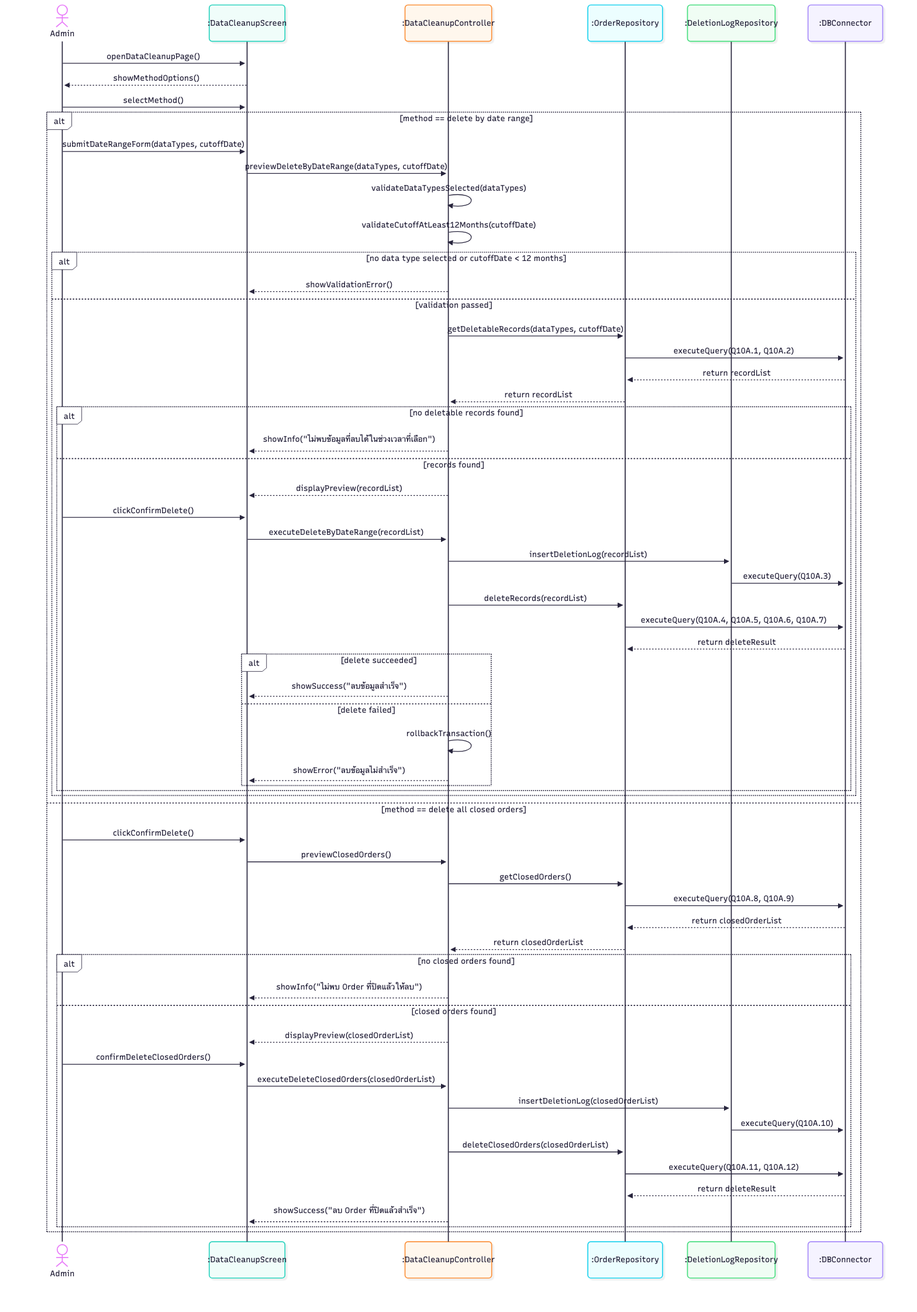
Before: 03-chapter2-use-case-descriptions/diagrams/png/10A-sequence.png, a diagram exported from Mermaid (xbpkdi/321-sa-proj). Its source is kept beside it as 03-chapter2-use-case-descriptions/diagrams/mmd/10A-sequence.mmd. Source of this version:
```mermaid
sequenceDiagram
    actor Admin
    participant Screen as :DataCleanupScreen
    participant DCC as :DataCleanupController
    participant OrderRepo as :OrderRepository
    participant LogRepo as :DeletionLogRepository
    participant DB as :DBConnector

    Admin->>Screen: openDataCleanupPage()
    Screen-->>Admin: showMethodOptions()
    Admin->>Screen: selectMethod()

    alt method == delete by date range
        Admin->>Screen: submitDateRangeForm(dataTypes, cutoffDate)
        Screen->>DCC: previewDeleteByDateRange(dataTypes, cutoffDate)
        DCC->>DCC: validateDataTypesSelected(dataTypes)
        DCC->>DCC: validateCutoffAtLeast12Months(cutoffDate)
        alt no data type selected or cutoffDate < 12 months
            DCC-->>Screen: showValidationError()
        else validation passed
            DCC->>OrderRepo: getDeletableRecords(dataTypes, cutoffDate)
            OrderRepo->>DB: executeQuery(Q10A.1, Q10A.2)
            DB-->>OrderRepo: return recordList
            OrderRepo-->>DCC: return recordList
            alt no deletable records found
                DCC-->>Screen: showInfo("ไม่พบข้อมูลที่ลบได้ในช่วงเวลาที่เลือก")
            else records found
                DCC-->>Screen: displayPreview(recordList)
                Admin->>Screen: clickConfirmDelete()
                Screen->>DCC: executeDeleteByDateRange(recordList)
                DCC->>LogRepo: insertDeletionLog(recordList)
                LogRepo->>DB: executeQuery(Q10A.3)
                DCC->>OrderRepo: deleteRecords(recordList)
                OrderRepo->>DB: executeQuery(Q10A.4, Q10A.5, Q10A.6, Q10A.7)
                DB-->>OrderRepo: return deleteResult
                alt delete succeeded
                    DCC-->>Screen: showSuccess("ลบข้อมูลสำเร็จ")
                else delete failed
                    DCC->>DCC: rollbackTransaction()
                    DCC-->>Screen: showError("ลบข้อมูลไม่สำเร็จ")
                end
            end
        end
    else method == delete all closed orders
        Admin->>Screen: clickConfirmDelete()
        Screen->>DCC: previewClosedOrders()
        DCC->>OrderRepo: getClosedOrders()
        OrderRepo->>DB: executeQuery(Q10A.8, Q10A.9)
        DB-->>OrderRepo: return closedOrderList
        OrderRepo-->>DCC: return closedOrderList
        alt no closed orders found
            DCC-->>Screen: showInfo("ไม่พบ Order ที่ปิดแล้วให้ลบ")
        else closed orders found
            DCC-->>Screen: displayPreview(closedOrderList)
            Admin->>Screen: confirmDeleteClosedOrders()
            Screen->>DCC: executeDeleteClosedOrders(closedOrderList)
            DCC->>LogRepo: insertDeletionLog(closedOrderList)
            LogRepo->>DB: executeQuery(Q10A.10)
            DCC->>OrderRepo: deleteClosedOrders(closedOrderList)
            OrderRepo->>DB: executeQuery(Q10A.11, Q10A.12)
            DB-->>OrderRepo: return deleteResult
            DCC-->>Screen: showSuccess("ลบ Order ที่ปิดแล้วสำเร็จ")
        end
    end
```
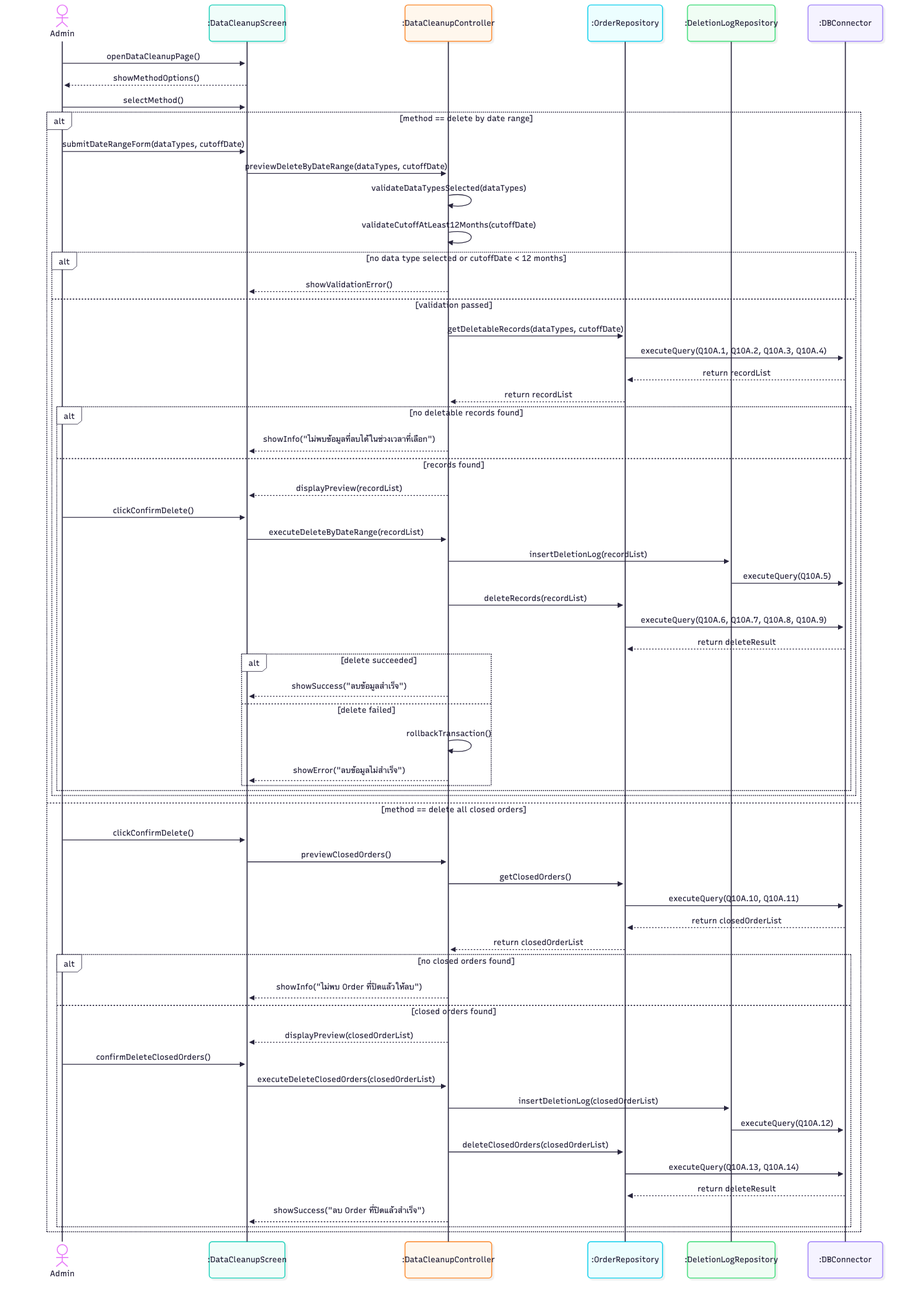
Later version of the same file.

Diff of the diagram source:
```diff
@@ -19,7 +19,7 @@
             DCC-->>Screen: showValidationError()
         else validation passed
             DCC->>OrderRepo: getDeletableRecords(dataTypes, cutoffDate)
-            OrderRepo->>DB: executeQuery(Q10A.1, Q10A.2)
+            OrderRepo->>DB: executeQuery(Q10A.1, Q10A.2, Q10A.3, Q10A.4)
             DB-->>OrderRepo: return recordList
             OrderRepo-->>DCC: return recordList
             alt no deletable records found
@@ -29,9 +29,9 @@
                 Admin->>Screen: clickConfirmDelete()
                 Screen->>DCC: executeDeleteByDateRange(recordList)
                 DCC->>LogRepo: insertDeletionLog(recordList)
-                LogRepo->>DB: executeQuery(Q10A.3)
+                LogRepo->>DB: executeQuery(Q10A.5)
                 DCC->>OrderRepo: deleteRecords(recordList)
-                OrderRepo->>DB: executeQuery(Q10A.4, Q10A.5, Q10A.6, Q10A.7)
+                OrderRepo->>DB: executeQuery(Q10A.6, Q10A.7, Q10A.8, Q10A.9)
                 DB-->>OrderRepo: return deleteResult
                 alt delete succeeded
                     DCC-->>Screen: showSuccess("ลบข้อมูลสำเร็จ")
@@ -45,7 +45,7 @@
         Admin->>Screen: clickConfirmDelete()
         Screen->>DCC: previewClosedOrders()
         DCC->>OrderRepo: getClosedOrders()
-        OrderRepo->>DB: executeQuery(Q10A.8, Q10A.9)
+        OrderRepo->>DB: executeQuery(Q10A.10, Q10A.11)
         DB-->>OrderRepo: return closedOrderList
         OrderRepo-->>DCC: return closedOrderList
         alt no closed orders found
@@ -55,9 +55,9 @@
             Admin->>Screen: confirmDeleteClosedOrders()
             Screen->>DCC: executeDeleteClosedOrders(closedOrderList)
             DCC->>LogRepo: insertDeletionLog(closedOrderList)
-            LogRepo->>DB: executeQuery(Q10A.10)
+            LogRepo->>DB: executeQuery(Q10A.12)
             DCC->>OrderRepo: deleteClosedOrders(closedOrderList)
-            OrderRepo->>DB: executeQuery(Q10A.11, Q10A.12)
+            OrderRepo->>DB: executeQuery(Q10A.13, Q10A.14)
             DB-->>OrderRepo: return deleteResult
             DCC-->>Screen: showSuccess("ลบ Order ที่ปิดแล้วสำเร็จ")
         end
```
